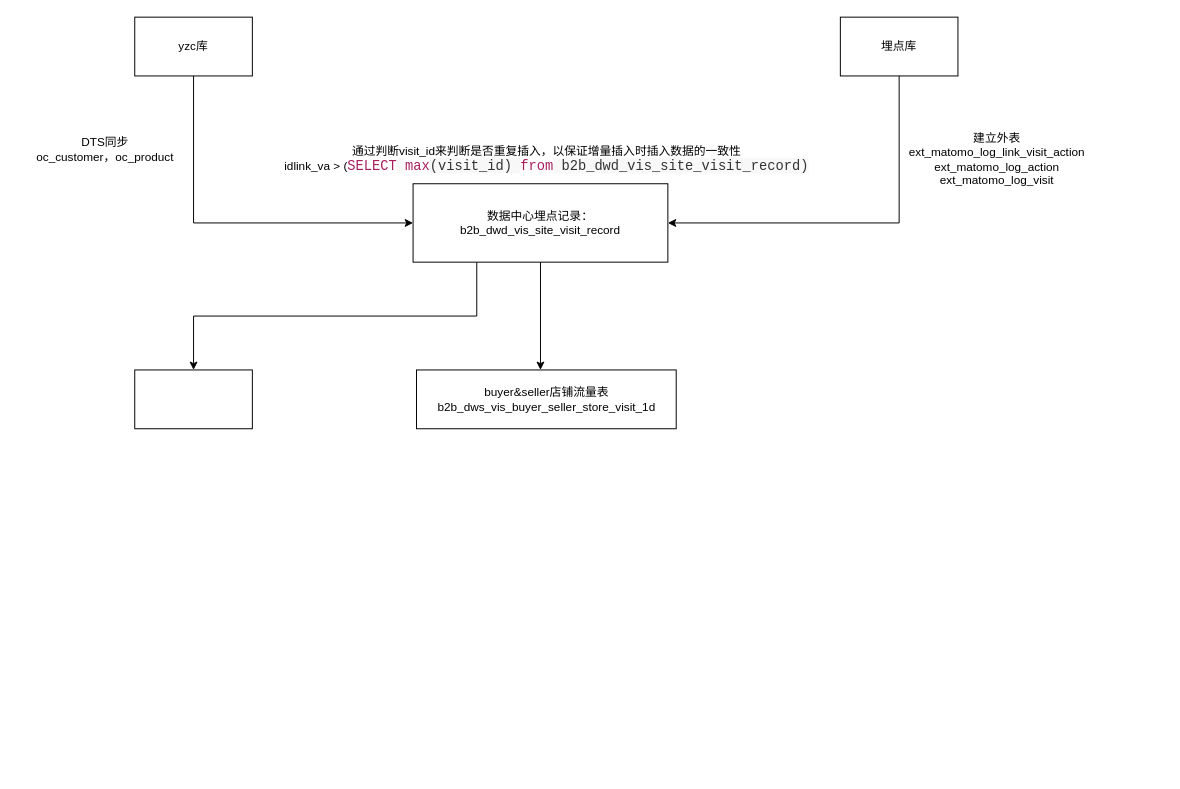
Above: 未命名绘图.drawio in realphp/note-book (draw.io), before the change. Source tidied: cells renumbered, new cells numbered last; positions are measured from the earlier drawing's top-left corner, leaving out a move shared by most shapes. Both pictures are drawn from the tidied source at 98%, with x=0, y=0 at pixel (17, 17).
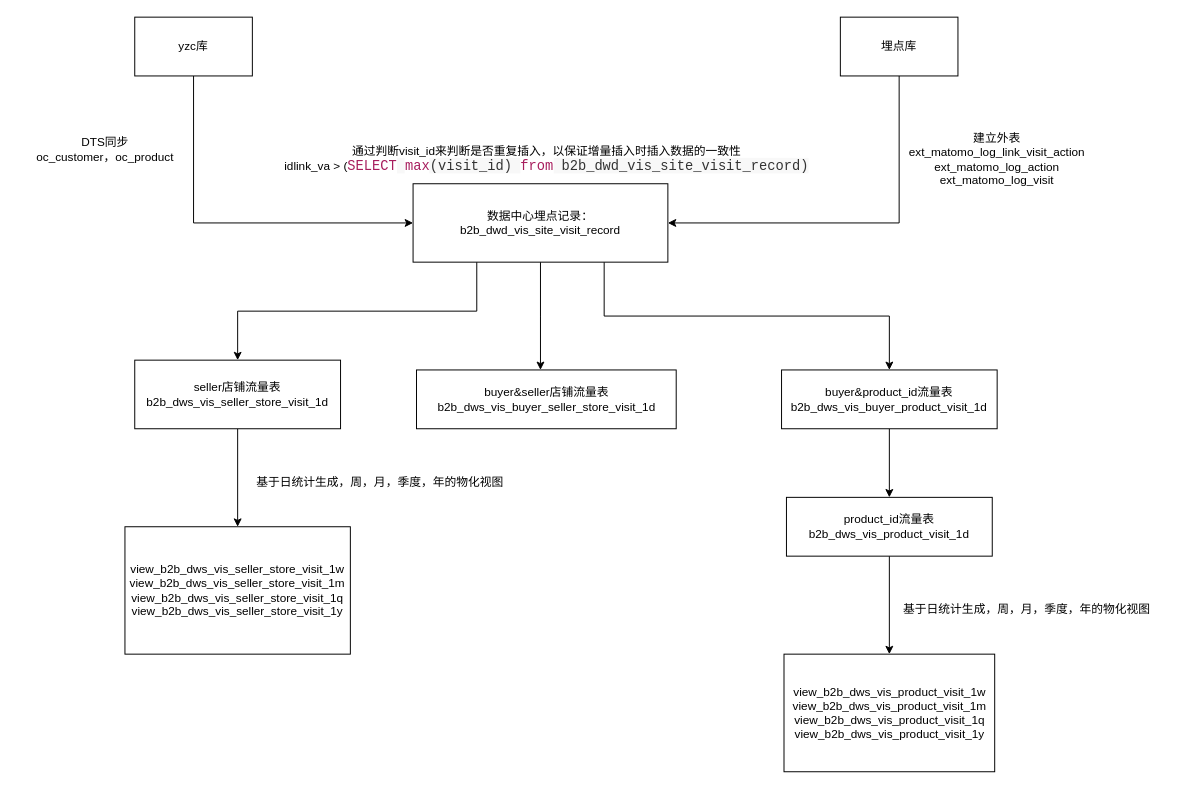
Above is the later version.

The change refers to these unchanged cells:
```xml
<mxCell id="4" value="数据中心埋点记录：b2b_dwd_vis_site_visit_record" style="rounded=0;whiteSpace=wrap;html=1;" parent="1" vertex="1">
  <mxGeometry x="404" y="170" width="260" height="80" as="geometry" />
</mxCell>
```

Diff of the diagram source:
```diff
@@
+    <mxCell id="14" style="edgeStyle=orthogonalEdgeStyle;rounded=0;jettySize=auto;html=1;exitX=0.75;exitY=1;exitDx=0;exitDy=0;entryX=0.5;entryY=0;entryDx=0;entryDy=0;" parent="1" edge="1" source="4" target="17">
+      <mxGeometry relative="1" as="geometry" />
+    </mxCell>
@@
+    <mxCell id="15" style="edgeStyle=orthogonalEdgeStyle;rounded=0;jettySize=auto;html=1;" parent="1" edge="1" source="13" target="22">
+      <mxGeometry relative="1" as="geometry" />
+    </mxCell>
-    <mxCell id="13" style="rounded=0;whiteSpace=wrap;html=1;" parent="1" vertex="1">
-      <mxGeometry x="120" y="360" width="120" height="60" as="geometry" />
+    <mxCell id="13" value="seller店铺流量表&lt;br&gt;b2b_dws_vis_seller_store_visit_1d" style="rounded=0;whiteSpace=wrap;html=1;" parent="1" vertex="1">
+      <mxGeometry x="120" y="350" width="210" height="70" as="geometry" />
     </mxCell>
+    <mxCell id="16" style="edgeStyle=orthogonalEdgeStyle;rounded=0;jettySize=auto;html=1;exitX=0.5;exitY=1;exitDx=0;exitDy=0;" parent="1" edge="1" source="17" target="19">
+      <mxGeometry relative="1" as="geometry" />
+    </mxCell>
+    <mxCell id="17" value="buyer&amp;amp;product_id流量表&lt;br&gt;b2b_dws_vis_buyer_product_visit_1d" style="rounded=0;whiteSpace=wrap;html=1;" parent="1" vertex="1">
+      <mxGeometry x="780" y="360" width="220" height="60" as="geometry" />
+    </mxCell>
+    <mxCell id="18" style="edgeStyle=orthogonalEdgeStyle;rounded=0;jettySize=auto;html=1;entryX=0.5;entryY=0;entryDx=0;entryDy=0;" parent="1" edge="1" source="19" target="20">
+      <mxGeometry relative="1" as="geometry" />
+    </mxCell>
+    <mxCell id="19" value="product_id流量表&lt;br&gt;b2b_dws_vis_product_visit_1d" style="rounded=0;whiteSpace=wrap;html=1;" parent="1" vertex="1">
+      <mxGeometry x="785" y="490" width="210" height="60" as="geometry" />
+    </mxCell>
+    <mxCell id="20" value="view_b2b_dws_vis_product_visit_1w&lt;br&gt;view_b2b_dws_vis_product_visit_1m&lt;br&gt;view_b2b_dws_vis_product_visit_1q&lt;br&gt;view_b2b_dws_vis_product_visit_1y" style="rounded=0;whiteSpace=wrap;html=1;" parent="1" vertex="1">
+      <mxGeometry x="782.5" y="650" width="215" height="120" as="geometry" />
+    </mxCell>
+    <mxCell id="21" value="基于日统计生成，周，月，季度，年的物化视图" style="text;html=1;align=center;verticalAlign=middle;strokeColor=none;fillColor=none;" parent="1" vertex="1">
+      <mxGeometry x="890" y="590" width="280" height="30" as="geometry" />
+    </mxCell>
+    <mxCell id="22" value="view_b2b_dws_vis_seller_store_visit_1w&lt;br&gt;view_b2b_dws_vis_seller_store_visit_1m&lt;br&gt;view_b2b_dws_vis_seller_store_visit_1q&lt;br&gt;view_b2b_dws_vis_seller_store_visit_1y" style="rounded=0;whiteSpace=wrap;html=1;" parent="1" vertex="1">
+      <mxGeometry x="110" y="520" width="230" height="130" as="geometry" />
+    </mxCell>
+    <mxCell id="23" value="基于日统计生成，周，月，季度，年的物化视图" style="text;html=1;align=center;verticalAlign=middle;strokeColor=none;fillColor=none;" parent="1" vertex="1">
+      <mxGeometry x="230" y="460" width="280" height="30" as="geometry" />
+    </mxCell>
```
